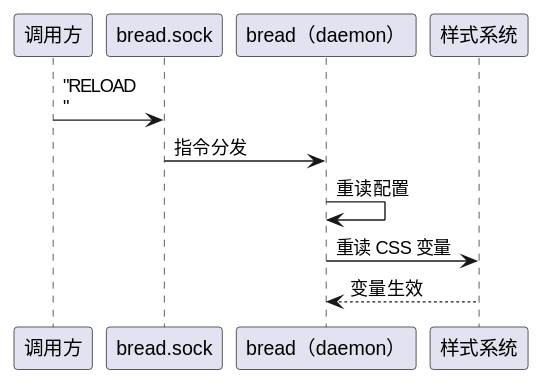
Earlier version of the PlantUML export diagram/breadknife-control-reload.svg (54m43lJ/BreadKnife).
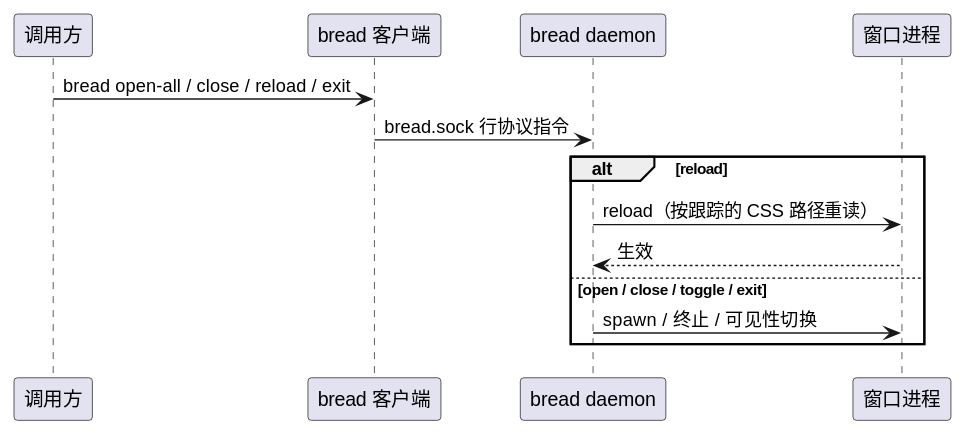
The same diagram one commit later.

Commit message:
docs(breadknife): 架构落档——daemon/窗口拆分（ARCH 重写 + 五图重绘）

Diff of the diagram source:
```diff
@@ -1,12 +1,15 @@
 @startuml
 participant 调用方
-participant "bread.sock" as sock
-participant "bread（daemon）" as daemon
-participant "样式系统" as style
+participant "bread 客户端" as cli
+participant "bread daemon" as daemon
+participant "窗口进程" as win
 
-调用方 -> sock: "RELOAD\n"
-sock -> daemon: 指令分发
-daemon -> daemon: 重读配置
-daemon -> style: 重读 CSS 变量
-style --> daemon: 变量生效
+调用方 -> cli: bread open-all / close / reload / exit
+cli -> daemon: bread.sock 行协议指令
+alt reload
+  daemon -> win: reload（按跟踪的 CSS 路径重读）
+  win --> daemon: 生效
+else open / close / toggle / exit
+  daemon -> win: spawn / 终止 / 可见性切换
+end
 @enduml
```
